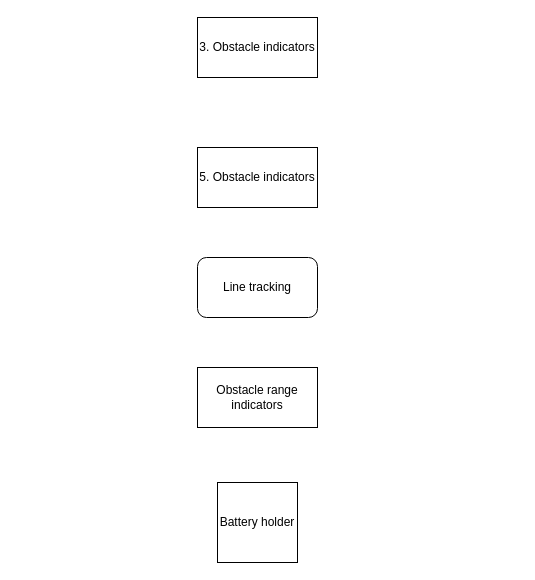
The draw.io diagram auto arduino.drawio in Sp00keeee/arduino-5vc-cengizhan-maurits-casper, before the edit. Source tidied: cells renumbered, new cells numbered last; positions are measured from the earlier drawing's top-left corner, leaving out a move shared by most shapes. Both pictures are drawn from the tidied source at 100%, with x=0, y=0 at pixel (197, 17).
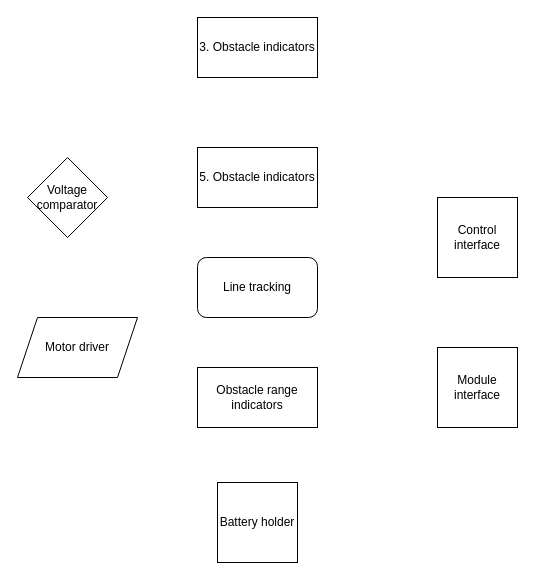
The same diagram, later.

What changed in the source:
```diff
@@
 <mxGraphModel>
   <root>
     <mxCell id="0" />
     <mxCell id="1" parent="0" />
     <mxCell id="2" value="3. Obstacle indicators" style="rounded=0;whiteSpace=wrap;html=1;" parent="1" vertex="1">
       <mxGeometry width="120" height="60" as="geometry" />
     </mxCell>
     <mxCell id="3" value="5. Obstacle indicators" style="rounded=0;whiteSpace=wrap;html=1;" parent="1" vertex="1">
       <mxGeometry y="130" width="120" height="60" as="geometry" />
     </mxCell>
     <mxCell id="4" value="Line tracking" style="rounded=1;whiteSpace=wrap;html=1;" parent="1" vertex="1">
       <mxGeometry y="240" width="120" height="60" as="geometry" />
     </mxCell>
     <mxCell id="5" value="Obstacle range indicators" style="rounded=0;whiteSpace=wrap;html=1;" parent="1" vertex="1">
       <mxGeometry y="350" width="120" height="60" as="geometry" />
     </mxCell>
     <mxCell id="6" value="Battery holder" style="whiteSpace=wrap;html=1;" parent="1" vertex="1">
       <mxGeometry x="20" y="465" width="80" height="80" as="geometry" />
     </mxCell>
+    <mxCell id="7" value="Control interface" style="whiteSpace=wrap;html=1;" parent="1" vertex="1">
+      <mxGeometry x="240" y="180" width="80" height="80" as="geometry" />
+    </mxCell>
+    <mxCell id="8" value="Module interface" style="whiteSpace=wrap;html=1;" parent="1" vertex="1">
+      <mxGeometry x="240" y="330" width="80" height="80" as="geometry" />
+    </mxCell>
+    <mxCell id="9" value="Motor driver" style="shape=parallelogram;perimeter=parallelogramPerimeter;whiteSpace=wrap;html=1;fixedSize=1;" parent="1" vertex="1">
+      <mxGeometry x="-180" y="300" width="120" height="60" as="geometry" />
+    </mxCell>
+    <mxCell id="10" value="Voltage comparator" style="rhombus;whiteSpace=wrap;html=1;" parent="1" vertex="1">
+      <mxGeometry x="-170" y="140" width="80" height="80" as="geometry" />
+    </mxCell>
   </root>
 </mxGraphModel>
```
